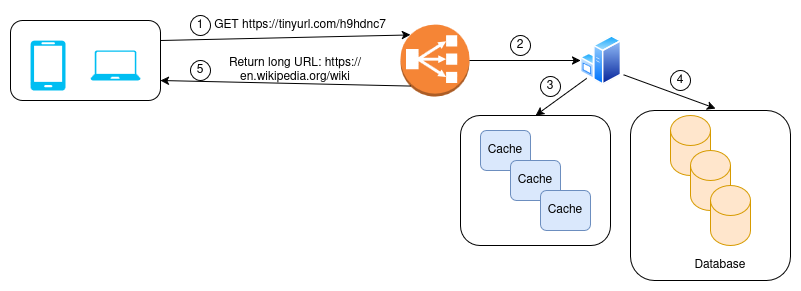
Before: docs/assets/base62.drawio.png, a diagram exported from draw.io (da0p/GithubPage). Source tidied: cells renumbered, new cells last; positions are measured from the earlier drawing's top-left corner, leaving out a move shared by most shapes.
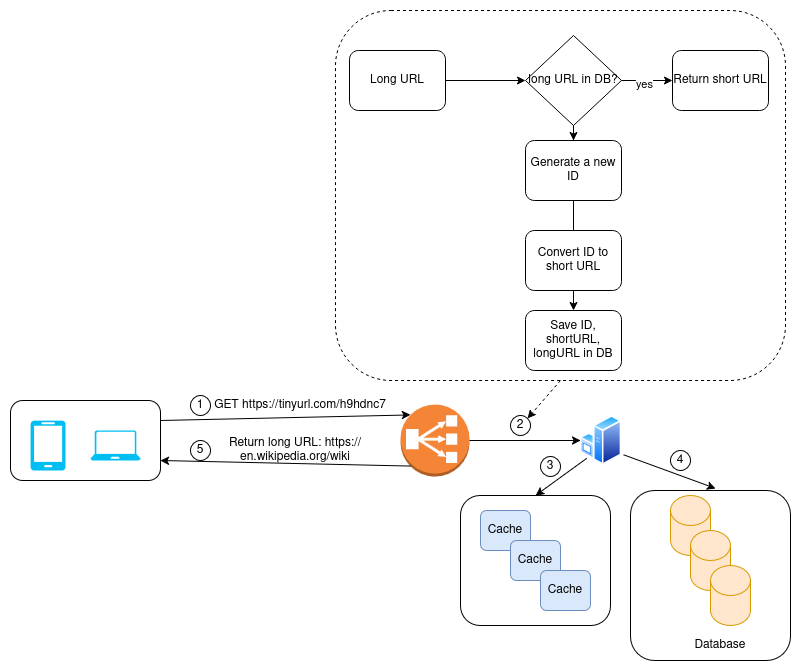
After the commit.

The edit, as a diff of the source:
```diff
@@ -80,5 +80,44 @@
     <mxCell id="27" value="Return long URL: https://en.wikipedia.org/wiki" style="text;html=1;align=center;verticalAlign=middle;whiteSpace=wrap;rounded=0;" parent="1" vertex="1">
       <mxGeometry x="200" y="45" width="170" height="30" as="geometry" />
     </mxCell>
+    <mxCell id="28" style="rounded=1;whiteSpace=wrap;html=1;dashed=1;" parent="1" vertex="1">
+      <mxGeometry x="325" y="-380" width="450" height="370" as="geometry" />
+    </mxCell>
+    <mxCell id="29" style="edgeStyle=orthogonalEdgeStyle;rounded=0;jettySize=auto;html=1;" parent="1" edge="1" source="30" target="34">
+      <mxGeometry relative="1" as="geometry" />
+    </mxCell>
+    <mxCell id="30" value="Long URL" style="rounded=1;whiteSpace=wrap;html=1;" parent="1" vertex="1">
+      <mxGeometry x="339" y="-340" width="96" height="60" as="geometry" />
+    </mxCell>
+    <mxCell id="31" style="edgeStyle=orthogonalEdgeStyle;rounded=0;jettySize=auto;html=1;" parent="1" edge="1" source="34" target="35">
+      <mxGeometry relative="1" as="geometry" />
+    </mxCell>
+    <mxCell id="32" value="yes" style="edgeLabel;html=1;align=center;verticalAlign=middle;" parent="31" vertex="1">
+      <mxGeometry x="-0.14" y="-3" relative="1" as="geometry" />
+    </mxCell>
+    <mxCell id="33" style="edgeStyle=orthogonalEdgeStyle;rounded=0;jettySize=auto;html=1;" parent="1" edge="1" source="34" target="37">
+      <mxGeometry relative="1" as="geometry" />
+    </mxCell>
+    <mxCell id="34" value="long URL in DB?" style="rhombus;whiteSpace=wrap;html=1;" parent="1" vertex="1">
+      <mxGeometry x="515" y="-355" width="96" height="90" as="geometry" />
+    </mxCell>
+    <mxCell id="35" value="Return short URL" style="rounded=1;whiteSpace=wrap;html=1;" parent="1" vertex="1">
+      <mxGeometry x="662" y="-340" width="96" height="60" as="geometry" />
+    </mxCell>
+    <mxCell id="36" style="edgeStyle=orthogonalEdgeStyle;rounded=0;jettySize=auto;html=1;" parent="1" edge="1" source="37" target="39">
+      <mxGeometry relative="1" as="geometry" />
+    </mxCell>
+    <mxCell id="37" value="Generate a new ID" style="rounded=1;whiteSpace=wrap;html=1;" parent="1" vertex="1">
+      <mxGeometry x="515" y="-250" width="96" height="60" as="geometry" />
+    </mxCell>
+    <mxCell id="38" value="Convert ID to short URL" style="rounded=1;whiteSpace=wrap;html=1;" parent="1" vertex="1">
+      <mxGeometry x="515" y="-160" width="96" height="60" as="geometry" />
+    </mxCell>
+    <mxCell id="39" value="Save ID, shortURL, longURL in DB" style="rounded=1;whiteSpace=wrap;html=1;" parent="1" vertex="1">
+      <mxGeometry x="515" y="-80" width="96" height="60" as="geometry" />
+    </mxCell>
+    <mxCell id="40" style="endArrow=classic;html=1;rounded=0;entryX=1;entryY=0;entryDx=0;entryDy=0;exitX=0.5;exitY=1;exitDx=0;exitDy=0;dashed=1;" parent="1" edge="1" source="28" target="13">
+      <mxGeometry relative="1" as="geometry" />
+    </mxCell>
   </root>
 </mxGraphModel>
```
